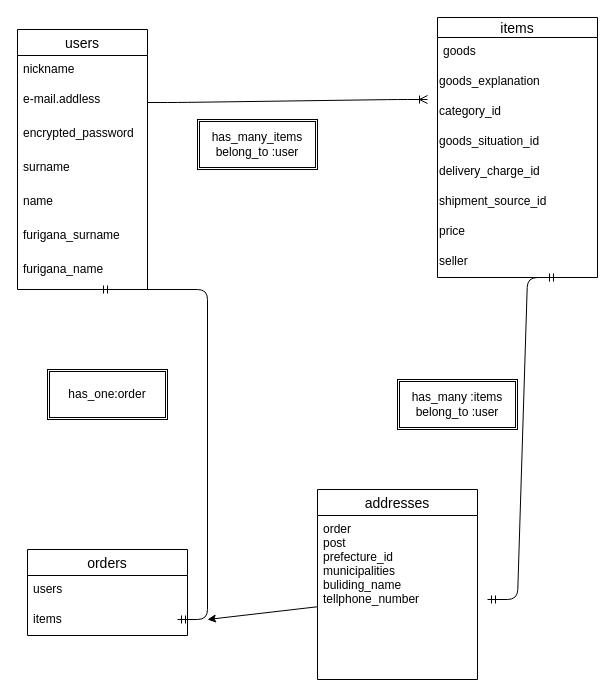
62111341a/furima-37143 keeps this draw.io diagram as ER.dio. Above is the earlier version. Source tidied: cells renumbered, new cells numbered last; positions are measured from the earlier drawing's top-left corner, leaving out a move shared by most shapes. Both pictures are drawn from the tidied source at 100%, with x=0, y=0 at pixel (17, 17).
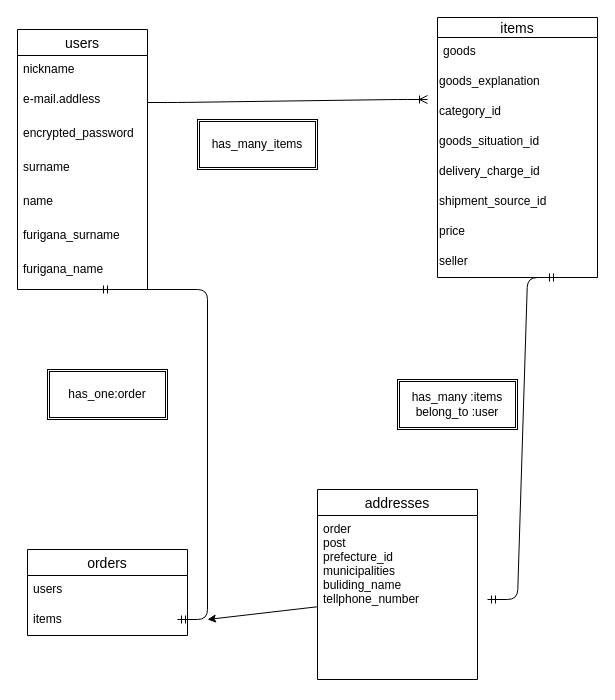
After the change.

Diff of the diagram source:
```diff
@@
-    <mxCell id="19" value="has_many_items&lt;br&gt;belong_to :user" style="shape=ext;double=1;rounded=0;whiteSpace=wrap;html=1;" parent="1" vertex="1">
+    <mxCell id="19" value="has_many_items&lt;br&gt;" style="shape=ext;double=1;rounded=0;whiteSpace=wrap;html=1;" parent="1" vertex="1">
       <mxGeometry x="180" y="102" width="120" height="50" as="geometry" />
     </mxCell>
```
